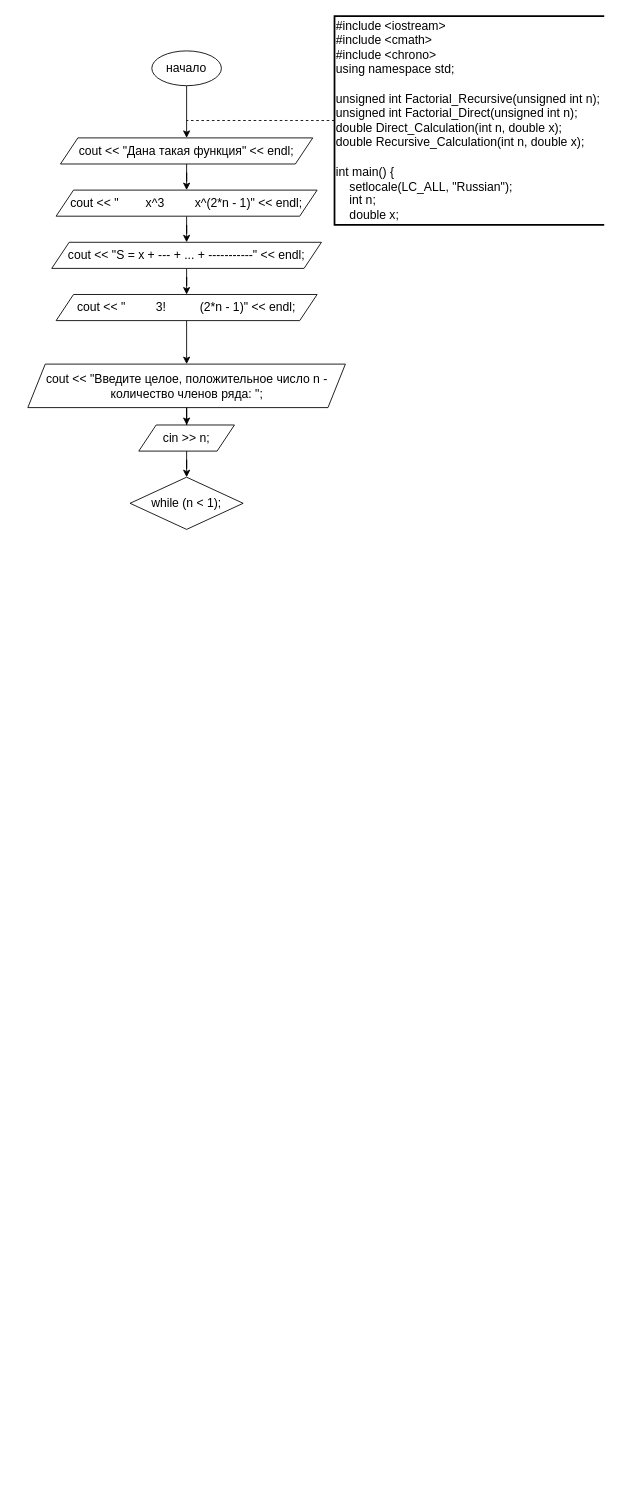
Earlier version of the draw.io diagram lab work recursion.drawio (SonyAkb/laboratory-work-recursion). Source tidied: cells renumbered, new cells numbered last; positions are measured from the earlier drawing's top-left corner, leaving out a move shared by most shapes. Both pictures are drawn from the tidied source at 87%, with x=0, y=0 at pixel (28, 16).
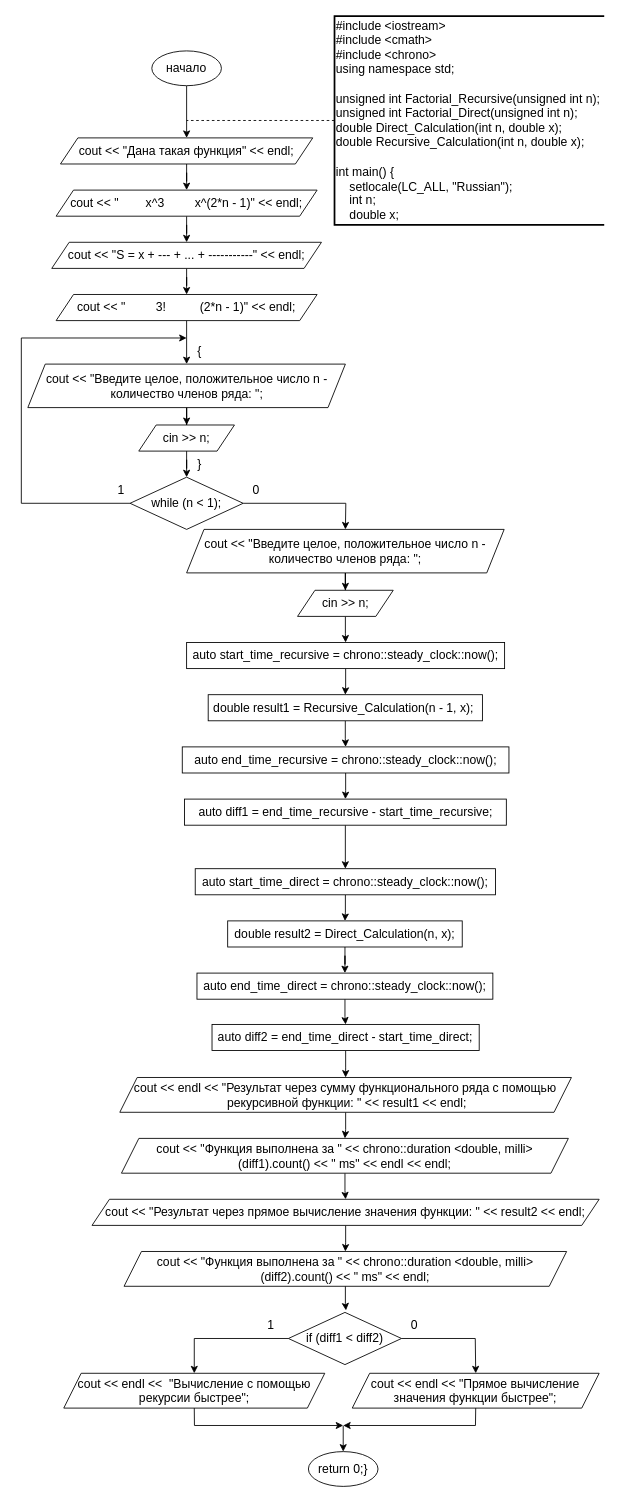
The same page after the edit.

Unchanged cells that the change refers to:
```xml
<mxCell id="18" value="&lt;font style=&quot;font-size: 14px;&quot;&gt;while (n &amp;lt; 1);&lt;/font&gt;" style="rhombus;whiteSpace=wrap;html=1;" parent="1" vertex="1">
  <mxGeometry x="117" y="530" width="130" height="60" as="geometry" />
</mxCell>
```

The edit, as a diff of the source:
```diff
@@
+    <mxCell id="19" style="endArrow=classic;html=1;rounded=0;exitX=0;exitY=0.5;exitDx=0;exitDy=0;" parent="1" edge="1" source="18">
+      <mxGeometry relative="1" as="geometry">
+        <mxPoint x="182" y="370" as="targetPoint" />
+        <Array as="points">
+          <mxPoint x="-8" y="560" />
+          <mxPoint x="-8" y="370" />
+        </Array>
+      </mxGeometry>
+    </mxCell>
+    <mxCell id="20" value="&lt;font style=&quot;font-size: 14px;&quot;&gt;{&lt;/font&gt;" style="text;html=1;strokeColor=none;fillColor=none;align=center;verticalAlign=middle;whiteSpace=wrap;rounded=0;" parent="1" vertex="1">
+      <mxGeometry x="182" y="370" width="30" height="30" as="geometry" />
+    </mxCell>
+    <mxCell id="21" value="&lt;font style=&quot;font-size: 14px;&quot;&gt;}&lt;/font&gt;" style="text;html=1;strokeColor=none;fillColor=none;align=center;verticalAlign=middle;whiteSpace=wrap;rounded=0;" parent="1" vertex="1">
+      <mxGeometry x="182" y="500" width="30" height="30" as="geometry" />
+    </mxCell>
+    <mxCell id="22" value="&lt;font style=&quot;font-size: 14px;&quot;&gt;1&lt;/font&gt;" style="text;html=1;strokeColor=none;fillColor=none;align=center;verticalAlign=middle;whiteSpace=wrap;rounded=0;" parent="1" vertex="1">
+      <mxGeometry x="92" y="530" width="30" height="30" as="geometry" />
+    </mxCell>
+    <mxCell id="23" value="&lt;font style=&quot;font-size: 14px;&quot;&gt;0&lt;/font&gt;" style="text;html=1;strokeColor=none;fillColor=none;align=center;verticalAlign=middle;whiteSpace=wrap;rounded=0;" parent="1" vertex="1">
+      <mxGeometry x="247" y="530" width="30" height="30" as="geometry" />
+    </mxCell>
+    <mxCell id="24" style="edgeStyle=orthogonalEdgeStyle;rounded=0;jettySize=auto;html=1;entryX=0.5;entryY=0;entryDx=0;entryDy=0;" parent="1" edge="1" source="25" target="27">
+      <mxGeometry relative="1" as="geometry" />
+    </mxCell>
+    <mxCell id="25" value="cout &amp;lt;&amp;lt; &quot;Введите целое, положительное число n - количество членов ряда: &quot;;" style="shape=parallelogram;perimeter=parallelogramPerimeter;whiteSpace=wrap;html=1;fixedSize=1;fontSize=14;" parent="1" vertex="1">
+      <mxGeometry x="182" y="590" width="365" height="50" as="geometry" />
+    </mxCell>
+    <mxCell id="26" style="edgeStyle=orthogonalEdgeStyle;rounded=0;jettySize=auto;html=1;entryX=0.5;entryY=0;entryDx=0;entryDy=0;" parent="1" edge="1" source="27" target="30">
+      <mxGeometry relative="1" as="geometry" />
+    </mxCell>
+    <mxCell id="27" value="cin &amp;gt;&amp;gt; n;" style="shape=parallelogram;perimeter=parallelogramPerimeter;whiteSpace=wrap;html=1;fixedSize=1;fontSize=14;" parent="1" vertex="1">
+      <mxGeometry x="309.5" y="660" width="110" height="30" as="geometry" />
+    </mxCell>
+    <mxCell id="28" style="endArrow=classic;html=1;rounded=0;exitX=1;exitY=0.5;exitDx=0;exitDy=0;entryX=0.5;entryY=0;entryDx=0;entryDy=0;" parent="1" edge="1" source="18" target="25">
+      <mxGeometry relative="1" as="geometry">
+        <Array as="points">
+          <mxPoint x="365" y="560" />
+        </Array>
+      </mxGeometry>
+    </mxCell>
+    <mxCell id="29" style="edgeStyle=orthogonalEdgeStyle;rounded=0;jettySize=auto;html=1;entryX=0.5;entryY=0;entryDx=0;entryDy=0;" parent="1" edge="1" source="30" target="32">
+      <mxGeometry relative="1" as="geometry" />
+    </mxCell>
+    <mxCell id="30" value="&lt;font style=&quot;font-size: 14px;&quot;&gt;auto start_time_recursive = chrono::steady_clock::now();&lt;/font&gt;" style="rounded=0;whiteSpace=wrap;html=1;" parent="1" vertex="1">
+      <mxGeometry x="182" y="720" width="365.5" height="30" as="geometry" />
+    </mxCell>
+    <mxCell id="31" style="edgeStyle=orthogonalEdgeStyle;rounded=0;jettySize=auto;html=1;entryX=0.5;entryY=0;entryDx=0;entryDy=0;" parent="1" edge="1" source="32" target="34">
+      <mxGeometry relative="1" as="geometry" />
+    </mxCell>
+    <mxCell id="32" value="&lt;font style=&quot;font-size: 14px;&quot;&gt;double result1 = Recursive_Calculation(n - 1, x);&amp;nbsp;&lt;/font&gt;" style="rounded=0;whiteSpace=wrap;html=1;" parent="1" vertex="1">
+      <mxGeometry x="206.8" y="780" width="315.2" height="30" as="geometry" />
+    </mxCell>
+    <mxCell id="33" style="edgeStyle=orthogonalEdgeStyle;rounded=0;jettySize=auto;html=1;entryX=0.5;entryY=0;entryDx=0;entryDy=0;" parent="1" edge="1" source="34" target="36">
+      <mxGeometry relative="1" as="geometry" />
+    </mxCell>
+    <mxCell id="34" value="&lt;font style=&quot;font-size: 14px;&quot;&gt;auto end_time_recursive = chrono::steady_clock::now();&lt;/font&gt;" style="rounded=0;whiteSpace=wrap;html=1;" parent="1" vertex="1">
+      <mxGeometry x="177" y="840" width="375.5" height="30" as="geometry" />
+    </mxCell>
+    <mxCell id="35" style="edgeStyle=orthogonalEdgeStyle;rounded=0;jettySize=auto;html=1;entryX=0.5;entryY=0;entryDx=0;entryDy=0;" parent="1" edge="1" source="36" target="38">
+      <mxGeometry relative="1" as="geometry" />
+    </mxCell>
+    <mxCell id="36" value="&lt;font style=&quot;font-size: 14px;&quot;&gt;auto diff1 = end_time_recursive - start_time_recursive;&lt;/font&gt;" style="rounded=0;whiteSpace=wrap;html=1;" parent="1" vertex="1">
+      <mxGeometry x="179.5" y="900" width="370" height="30" as="geometry" />
+    </mxCell>
+    <mxCell id="37" style="edgeStyle=orthogonalEdgeStyle;rounded=0;jettySize=auto;html=1;entryX=0.5;entryY=0;entryDx=0;entryDy=0;" parent="1" edge="1" source="38" target="40">
+      <mxGeometry relative="1" as="geometry" />
+    </mxCell>
+    <mxCell id="38" value="&lt;font style=&quot;font-size: 14px;&quot;&gt;auto start_time_direct = chrono::steady_clock::now();&lt;/font&gt;" style="rounded=0;whiteSpace=wrap;html=1;" parent="1" vertex="1">
+      <mxGeometry x="191.9" y="980" width="345.1" height="30" as="geometry" />
+    </mxCell>
+    <mxCell id="39" style="edgeStyle=orthogonalEdgeStyle;rounded=0;jettySize=auto;html=1;entryX=0.5;entryY=0;entryDx=0;entryDy=0;" parent="1" edge="1" source="40" target="42">
+      <mxGeometry relative="1" as="geometry" />
+    </mxCell>
+    <mxCell id="40" value="&lt;font style=&quot;font-size: 14px;&quot;&gt;double result2 = Direct_Calculation(n, x);&lt;/font&gt;" style="rounded=0;whiteSpace=wrap;html=1;" parent="1" vertex="1">
+      <mxGeometry x="229.2" y="1040" width="269.6" height="30" as="geometry" />
+    </mxCell>
+    <mxCell id="41" style="edgeStyle=orthogonalEdgeStyle;rounded=0;jettySize=auto;html=1;entryX=0.5;entryY=0;entryDx=0;entryDy=0;" parent="1" edge="1" source="42" target="44">
+      <mxGeometry relative="1" as="geometry" />
+    </mxCell>
+    <mxCell id="42" value="&lt;font style=&quot;font-size: 14px;&quot;&gt;auto end_time_direct = chrono::steady_clock::now();&lt;/font&gt;" style="rounded=0;whiteSpace=wrap;html=1;" parent="1" vertex="1">
+      <mxGeometry x="193.9" y="1100" width="340.1" height="30" as="geometry" />
+    </mxCell>
+    <mxCell id="43" style="edgeStyle=orthogonalEdgeStyle;rounded=0;jettySize=auto;html=1;entryX=0.5;entryY=0;entryDx=0;entryDy=0;" parent="1" edge="1" source="44" target="46">
+      <mxGeometry relative="1" as="geometry" />
+    </mxCell>
+    <mxCell id="44" value="&lt;font style=&quot;font-size: 14px;&quot;&gt;auto diff2 = end_time_direct - start_time_direct;&lt;/font&gt;" style="rounded=0;whiteSpace=wrap;html=1;" parent="1" vertex="1">
+      <mxGeometry x="211.2" y="1159" width="307.1" height="30" as="geometry" />
+    </mxCell>
+    <mxCell id="45" style="edgeStyle=orthogonalEdgeStyle;rounded=0;jettySize=auto;html=1;entryX=0.5;entryY=0;entryDx=0;entryDy=0;" parent="1" edge="1" source="46" target="48">
+      <mxGeometry relative="1" as="geometry" />
+    </mxCell>
+    <mxCell id="46" value="cout &amp;lt;&amp;lt; endl &amp;lt;&amp;lt; &quot;Результат через сумму&amp;nbsp;функционального ряда с помощью&lt;br&gt;&amp;nbsp;рекурсивной функции: &quot; &amp;lt;&amp;lt; result1 &amp;lt;&amp;lt; endl;" style="shape=parallelogram;perimeter=parallelogramPerimeter;whiteSpace=wrap;html=1;fixedSize=1;fontSize=14;" parent="1" vertex="1">
+      <mxGeometry x="105.2" y="1220" width="519.1" height="40" as="geometry" />
+    </mxCell>
+    <mxCell id="47" style="edgeStyle=orthogonalEdgeStyle;rounded=0;jettySize=auto;html=1;entryX=0.5;entryY=0;entryDx=0;entryDy=0;" parent="1" edge="1" source="48" target="50">
+      <mxGeometry relative="1" as="geometry" />
+    </mxCell>
+    <mxCell id="48" value="cout &amp;lt;&amp;lt; &quot;Функция выполнена за &quot; &amp;lt;&amp;lt;&amp;nbsp;chrono::duration &amp;lt;double, milli&amp;gt;(diff1).count() &amp;lt;&amp;lt; &quot; ms&quot; &amp;lt;&amp;lt; endl &amp;lt;&amp;lt; endl;" style="shape=parallelogram;perimeter=parallelogramPerimeter;whiteSpace=wrap;html=1;fixedSize=1;fontSize=14;" parent="1" vertex="1">
+      <mxGeometry x="107.1" y="1290" width="513.7" height="40" as="geometry" />
+    </mxCell>
+    <mxCell id="49" style="edgeStyle=orthogonalEdgeStyle;rounded=0;jettySize=auto;html=1;entryX=0.5;entryY=0;entryDx=0;entryDy=0;" parent="1" edge="1" source="50" target="51">
+      <mxGeometry relative="1" as="geometry" />
+    </mxCell>
+    <mxCell id="50" value="cout &amp;lt;&amp;lt; &quot;Результат через прямое вычисление значения функции: &quot; &amp;lt;&amp;lt; result2 &amp;lt;&amp;lt; endl;" style="shape=parallelogram;perimeter=parallelogramPerimeter;whiteSpace=wrap;html=1;fixedSize=1;fontSize=14;" parent="1" vertex="1">
+      <mxGeometry x="73.3" y="1360" width="582.9" height="30" as="geometry" />
+    </mxCell>
+    <mxCell id="51" value="cout &amp;lt;&amp;lt; &quot;Функция выполнена за &quot; &amp;lt;&amp;lt;&amp;nbsp;chrono::duration &amp;lt;double, milli&amp;gt;(diff2).count() &amp;lt;&amp;lt; &quot; ms&quot; &amp;lt;&amp;lt; endl;" style="shape=parallelogram;perimeter=parallelogramPerimeter;whiteSpace=wrap;html=1;fixedSize=1;fontSize=14;" parent="1" vertex="1">
+      <mxGeometry x="110.1" y="1420" width="508.7" height="40" as="geometry" />
+    </mxCell>
+    <mxCell id="52" value="&lt;font style=&quot;font-size: 14px;&quot;&gt;if (diff1 &amp;lt; diff2)&lt;/font&gt;" style="rhombus;whiteSpace=wrap;html=1;" parent="1" vertex="1">
+      <mxGeometry x="299" y="1490" width="130" height="60" as="geometry" />
+    </mxCell>
+    <mxCell id="53" value="cout &amp;lt;&amp;lt; endl &amp;lt;&amp;lt;&amp;nbsp; &quot;Вычисление с помощью рекурсии быстрее&quot;;" style="shape=parallelogram;perimeter=parallelogramPerimeter;whiteSpace=wrap;html=1;fixedSize=1;fontSize=14;" parent="1" vertex="1">
+      <mxGeometry x="40.8" y="1560" width="300" height="40" as="geometry" />
+    </mxCell>
+    <mxCell id="54" value="cout &amp;lt;&amp;lt; endl &amp;lt;&amp;lt; &quot;Прямое вычисление значения функции быстрее&quot;;" style="shape=parallelogram;perimeter=parallelogramPerimeter;whiteSpace=wrap;html=1;fixedSize=1;fontSize=14;" parent="1" vertex="1">
+      <mxGeometry x="372.4" y="1560" width="283.8" height="40" as="geometry" />
+    </mxCell>
+    <mxCell id="55" style="endArrow=classic;html=1;rounded=0;exitX=1;exitY=0.5;exitDx=0;exitDy=0;entryX=0.5;entryY=0;entryDx=0;entryDy=0;" parent="1" edge="1" source="52" target="54">
+      <mxGeometry relative="1" as="geometry">
+        <Array as="points">
+          <mxPoint x="513.8" y="1520" />
+        </Array>
+      </mxGeometry>
+    </mxCell>
+    <mxCell id="56" style="endArrow=classic;html=1;rounded=0;exitX=0;exitY=0.5;exitDx=0;exitDy=0;entryX=0.5;entryY=0;entryDx=0;entryDy=0;" parent="1" edge="1" source="52" target="53">
+      <mxGeometry relative="1" as="geometry">
+        <Array as="points">
+          <mxPoint x="190.8" y="1520" />
+        </Array>
+      </mxGeometry>
+    </mxCell>
+    <mxCell id="57" value="&lt;font style=&quot;font-size: 14px;&quot;&gt;1&lt;/font&gt;" style="text;html=1;strokeColor=none;fillColor=none;align=center;verticalAlign=middle;whiteSpace=wrap;rounded=0;" parent="1" vertex="1">
+      <mxGeometry x="263.6" y="1490" width="30" height="30" as="geometry" />
+    </mxCell>
+    <mxCell id="58" value="&lt;font style=&quot;font-size: 14px;&quot;&gt;0&lt;/font&gt;" style="text;html=1;strokeColor=none;fillColor=none;align=center;verticalAlign=middle;whiteSpace=wrap;rounded=0;" parent="1" vertex="1">
+      <mxGeometry x="429" y="1490" width="30" height="30" as="geometry" />
+    </mxCell>
+    <mxCell id="59" style="edgeStyle=orthogonalEdgeStyle;rounded=0;jettySize=auto;html=1;entryX=0.509;entryY=-0.039;entryDx=0;entryDy=0;entryPerimeter=0;" parent="1" edge="1" source="51" target="52">
+      <mxGeometry relative="1" as="geometry" />
+    </mxCell>
+    <mxCell id="60" style="endArrow=classic;html=1;rounded=0;exitX=0.5;exitY=1;exitDx=0;exitDy=0;" parent="1" edge="1" source="53">
+      <mxGeometry relative="1" as="geometry">
+        <mxPoint x="362" y="1620" as="targetPoint" />
+        <Array as="points">
+          <mxPoint x="191" y="1620" />
+        </Array>
+      </mxGeometry>
+    </mxCell>
+    <mxCell id="61" style="endArrow=classic;html=1;rounded=0;exitX=0.5;exitY=1;exitDx=0;exitDy=0;" parent="1" edge="1" source="54">
+      <mxGeometry relative="1" as="geometry">
+        <mxPoint x="362" y="1620" as="targetPoint" />
+        <Array as="points">
+          <mxPoint x="514" y="1620" />
+        </Array>
+      </mxGeometry>
+    </mxCell>
+    <mxCell id="62" value="return 0;}" style="ellipse;whiteSpace=wrap;html=1;fontSize=14;" parent="1" vertex="1">
+      <mxGeometry x="322" y="1650" width="80" height="40" as="geometry" />
+    </mxCell>
+    <mxCell id="63" style="endArrow=classic;html=1;rounded=0;entryX=0.5;entryY=0;entryDx=0;entryDy=0;" parent="1" edge="1" target="62">
+      <mxGeometry relative="1" as="geometry">
+        <mxPoint x="362" y="1620" as="sourcePoint" />
+      </mxGeometry>
+    </mxCell>
```
